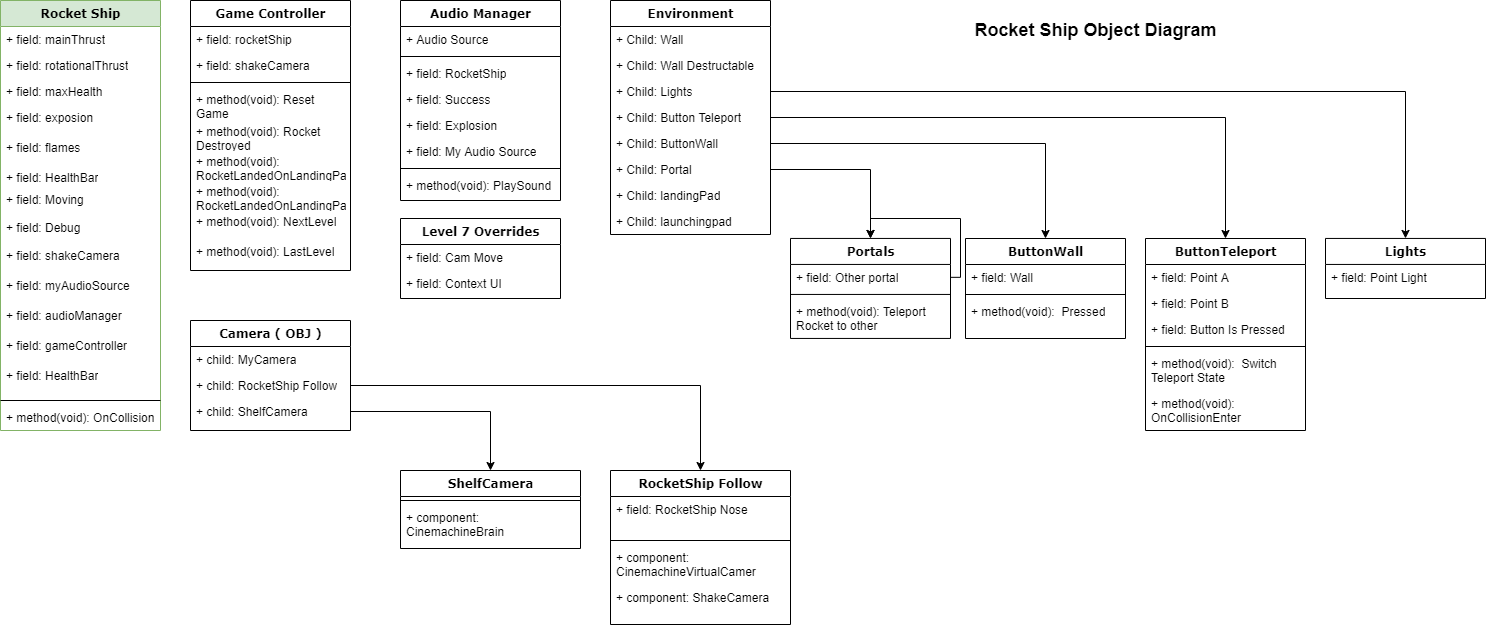
This is README_Img/Level-Object-Diagram.png from Kayyo321/Rocket-Ship-Platformer, a draw.io export, as it was before one commit. Source tidied: cells renumbered, new cells last; positions are measured from the earlier drawing's top-left corner, leaving out a move shared by most shapes.
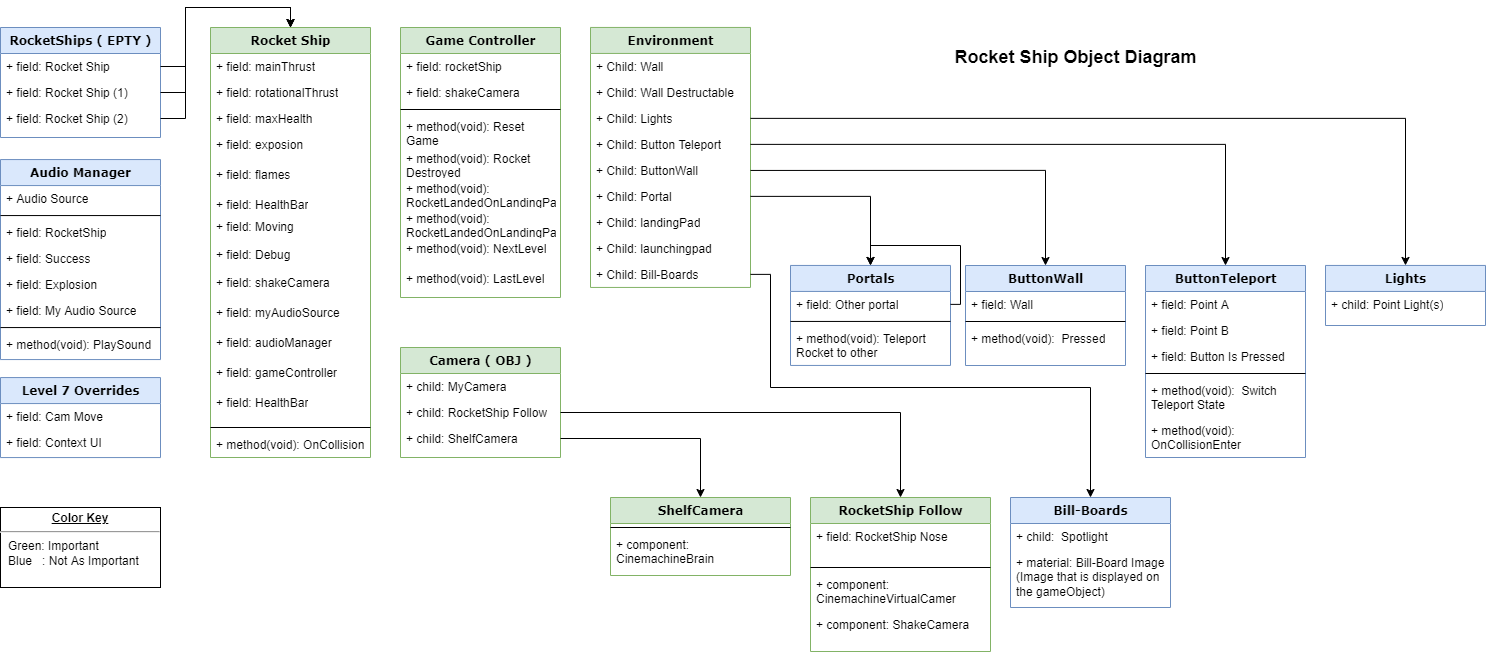
Later version of the same file.

Commit message:
Updated the Rocket Ship Object Diagram

What changed in the source:
```diff
@@ -2,7 +2,7 @@
   <root>
     <mxCell id="0" />
     <mxCell id="1" parent="0" />
-    <mxCell id="2" value="Camera ( OBJ )" style="swimlane;html=1;fontStyle=1;align=center;verticalAlign=top;horizontal=1;startSize=26;swimlaneFillColor=#ffffff;rounded=0;shadow=0;comic=0;labelBackgroundColor=none;strokeWidth=1;fillColor=none;fontFamily=Verdana;fontSize=12;" parent="1" vertex="1">
+    <mxCell id="2" value="Camera ( OBJ )" style="swimlane;html=1;fontStyle=1;align=center;verticalAlign=top;horizontal=1;startSize=26;swimlaneFillColor=#ffffff;rounded=0;shadow=0;comic=0;labelBackgroundColor=none;strokeWidth=1;fillColor=#d5e8d4;fontFamily=Verdana;fontSize=12;strokeColor=#82b366;" parent="1" vertex="1">
       <mxGeometry x="190" y="320" width="160" height="110" as="geometry" />
     </mxCell>
     <mxCell id="3" value="+ child: MyCamera&lt;br&gt;" style="text;html=1;strokeColor=none;fillColor=none;align=left;verticalAlign=top;spacingLeft=4;spacingRight=4;whiteSpace=wrap;overflow=hidden;" parent="2" vertex="1">
@@ -62,7 +62,7 @@
     <mxCell id="21" value="+ method(void): OnCollision" style="text;html=1;strokeColor=none;fillColor=none;align=left;verticalAlign=top;spacingLeft=4;spacingRight=4;whiteSpace=wrap;overflow=hidden;" parent="6" vertex="1">
       <mxGeometry y="404" width="160" height="26" as="geometry" />
     </mxCell>
-    <mxCell id="22" value="Game Controller" style="swimlane;html=1;fontStyle=1;align=center;verticalAlign=top;horizontal=1;startSize=26;swimlaneFillColor=#ffffff;rounded=0;shadow=0;comic=0;labelBackgroundColor=none;strokeWidth=1;fillColor=none;fontFamily=Verdana;fontSize=12;" parent="1" vertex="1">
+    <mxCell id="22" value="Game Controller" style="swimlane;html=1;fontStyle=1;align=center;verticalAlign=top;horizontal=1;startSize=26;swimlaneFillColor=#ffffff;rounded=0;shadow=0;comic=0;labelBackgroundColor=none;strokeWidth=1;fillColor=#d5e8d4;fontFamily=Verdana;fontSize=12;strokeColor=#82b366;" parent="1" vertex="1">
       <mxGeometry x="190" width="160" height="270" as="geometry" />
     </mxCell>
     <mxCell id="23" value="+ field: rocketShip" style="text;html=1;strokeColor=none;fillColor=none;align=left;verticalAlign=top;spacingLeft=4;spacingRight=4;whiteSpace=wrap;overflow=hidden;" parent="22" vertex="1">
@@ -92,8 +92,8 @@
     <mxCell id="31" value="+ method(void): LastLevel" style="text;html=1;strokeColor=none;fillColor=none;align=left;verticalAlign=top;spacingLeft=4;spacingRight=4;whiteSpace=wrap;overflow=hidden;" parent="22" vertex="1">
       <mxGeometry y="238" width="160" height="30" as="geometry" />
     </mxCell>
-    <mxCell id="32" value="Portals" style="swimlane;html=1;fontStyle=1;align=center;verticalAlign=top;horizontal=1;startSize=26;swimlaneFillColor=#ffffff;rounded=0;shadow=0;comic=0;labelBackgroundColor=none;strokeWidth=1;fontFamily=Verdana;fontSize=12;" parent="1" vertex="1">
-      <mxGeometry x="790" y="237.9" width="160" height="100" as="geometry" />
+    <mxCell id="32" value="Portals" style="swimlane;html=1;fontStyle=1;align=center;verticalAlign=top;horizontal=1;startSize=26;swimlaneFillColor=#ffffff;rounded=0;shadow=0;comic=0;labelBackgroundColor=none;strokeWidth=1;fontFamily=Verdana;fontSize=12;fillColor=#dae8fc;strokeColor=#6c8ebf;" parent="1" vertex="1">
+      <mxGeometry x="580" y="237.9" width="160" height="100" as="geometry" />
     </mxCell>
     <mxCell id="33" style="edgeStyle=orthogonalEdgeStyle;rounded=0;jettySize=auto;html=1;entryX=0.5;entryY=0;entryDx=0;entryDy=0;" parent="32" edge="1" source="34" target="32">
       <mxGeometry relative="1" as="geometry">
@@ -113,8 +113,8 @@
     <mxCell id="36" value="+ method(void): Teleport Rocket to other&amp;nbsp;&lt;br&gt;" style="text;html=1;strokeColor=none;fillColor=none;align=left;verticalAlign=top;spacingLeft=4;spacingRight=4;whiteSpace=wrap;overflow=hidden;" parent="32" vertex="1">
       <mxGeometry y="60" width="160" height="40" as="geometry" />
     </mxCell>
-    <mxCell id="37" value="RocketShip Follow" style="swimlane;html=1;fontStyle=1;align=center;verticalAlign=top;horizontal=1;startSize=26;swimlaneFillColor=#ffffff;rounded=0;shadow=0;comic=0;labelBackgroundColor=none;strokeWidth=1;fontFamily=Verdana;fontSize=12;" parent="1" vertex="1">
-      <mxGeometry x="610" y="470" width="180" height="154" as="geometry" />
+    <mxCell id="37" value="RocketShip Follow" style="swimlane;html=1;fontStyle=1;align=center;verticalAlign=top;horizontal=1;startSize=26;swimlaneFillColor=#ffffff;rounded=0;shadow=0;comic=0;labelBackgroundColor=none;strokeWidth=1;fontFamily=Verdana;fontSize=12;fillColor=#d5e8d4;strokeColor=#82b366;" parent="1" vertex="1">
+      <mxGeometry x="600" y="470" width="180" height="154" as="geometry" />
     </mxCell>
     <mxCell id="38" value="+ field: RocketShip Nose" style="text;html=1;strokeColor=none;fillColor=none;align=left;verticalAlign=top;spacingLeft=4;spacingRight=4;whiteSpace=wrap;overflow=hidden;" parent="37" vertex="1">
       <mxGeometry y="26" width="180" height="40" as="geometry" />
@@ -128,7 +128,7 @@
     <mxCell id="41" value="+ component: ShakeCamera" style="text;html=1;strokeColor=none;fillColor=none;align=left;verticalAlign=top;spacingLeft=4;spacingRight=4;whiteSpace=wrap;overflow=hidden;" parent="37" vertex="1">
       <mxGeometry y="114" width="180" height="40" as="geometry" />
     </mxCell>
-    <mxCell id="42" value="ShelfCamera" style="swimlane;html=1;fontStyle=1;align=center;verticalAlign=top;horizontal=1;startSize=26;swimlaneFillColor=#ffffff;rounded=0;shadow=0;comic=0;labelBackgroundColor=none;strokeWidth=1;fontFamily=Verdana;fontSize=12;" parent="1" vertex="1">
+    <mxCell id="42" value="ShelfCamera" style="swimlane;html=1;fontStyle=1;align=center;verticalAlign=top;horizontal=1;startSize=26;swimlaneFillColor=#ffffff;rounded=0;shadow=0;comic=0;labelBackgroundColor=none;strokeWidth=1;fontFamily=Verdana;fontSize=12;fillColor=#d5e8d4;strokeColor=#82b366;" parent="1" vertex="1">
       <mxGeometry x="400" y="470" width="180" height="78" as="geometry" />
     </mxCell>
     <mxCell id="43" style="line;html=1;strokeWidth=1;fillColor=none;align=left;verticalAlign=middle;spacingTop=-1;spacingLeft=3;spacingRight=3;labelPosition=right;" parent="42" vertex="1">
@@ -137,14 +137,14 @@
     <mxCell id="44" value="+ component: CinemachineBrain" style="text;html=1;strokeColor=none;fillColor=none;align=left;verticalAlign=top;spacingLeft=4;spacingRight=4;whiteSpace=wrap;overflow=hidden;" parent="42" vertex="1">
       <mxGeometry y="34" width="180" height="40" as="geometry" />
     </mxCell>
-    <mxCell id="45" value="Lights&lt;br&gt;" style="swimlane;html=1;fontStyle=1;align=center;verticalAlign=top;horizontal=1;startSize=26;swimlaneFillColor=#ffffff;rounded=0;shadow=0;comic=0;labelBackgroundColor=none;strokeWidth=1;fillColor=none;fontFamily=Verdana;fontSize=12;" parent="1" vertex="1">
-      <mxGeometry x="1325" y="237.9" width="160" height="60.1" as="geometry" />
+    <mxCell id="45" value="Lights&lt;br&gt;" style="swimlane;html=1;fontStyle=1;align=center;verticalAlign=top;horizontal=1;startSize=26;swimlaneFillColor=#ffffff;rounded=0;shadow=0;comic=0;labelBackgroundColor=none;strokeWidth=1;fillColor=#dae8fc;fontFamily=Verdana;fontSize=12;strokeColor=#6c8ebf;" parent="1" vertex="1">
+      <mxGeometry x="1115" y="237.9" width="160" height="60.1" as="geometry" />
     </mxCell>
-    <mxCell id="46" value="+ field: Point Light" style="text;html=1;strokeColor=none;fillColor=none;align=left;verticalAlign=top;spacingLeft=4;spacingRight=4;whiteSpace=wrap;overflow=hidden;" parent="45" vertex="1">
+    <mxCell id="46" value="+ child: Point Light(s)" style="text;html=1;strokeColor=none;fillColor=none;align=left;verticalAlign=top;spacingLeft=4;spacingRight=4;whiteSpace=wrap;overflow=hidden;" parent="45" vertex="1">
       <mxGeometry y="26" width="160" height="26" as="geometry" />
     </mxCell>
-    <mxCell id="47" value="Environment&lt;br&gt;" style="swimlane;html=1;fontStyle=1;align=center;verticalAlign=top;horizontal=1;startSize=26;swimlaneFillColor=#ffffff;rounded=0;shadow=0;comic=0;labelBackgroundColor=none;strokeWidth=1;fillColor=none;fontFamily=Verdana;fontSize=12;" parent="1" vertex="1">
-      <mxGeometry x="610" width="160" height="234" as="geometry" />
+    <mxCell id="47" value="Environment&lt;br&gt;" style="swimlane;html=1;fontStyle=1;align=center;verticalAlign=top;horizontal=1;startSize=26;swimlaneFillColor=#ffffff;rounded=0;shadow=0;comic=0;labelBackgroundColor=none;strokeWidth=1;fillColor=#d5e8d4;fontFamily=Verdana;fontSize=12;strokeColor=#82b366;" parent="1" vertex="1">
+      <mxGeometry x="380" y="-0.1" width="160" height="260" as="geometry" />
     </mxCell>
     <mxCell id="48" value="+ Child: Wall&lt;br&gt;" style="text;html=1;strokeColor=none;fillColor=none;align=left;verticalAlign=top;spacingLeft=4;spacingRight=4;whiteSpace=wrap;overflow=hidden;" parent="47" vertex="1">
       <mxGeometry y="26" width="160" height="26" as="geometry" />
@@ -170,8 +170,11 @@
     <mxCell id="55" value="+ Child: launchingpad&lt;br&gt;" style="text;html=1;strokeColor=none;fillColor=none;align=left;verticalAlign=top;spacingLeft=4;spacingRight=4;whiteSpace=wrap;overflow=hidden;" parent="47" vertex="1">
       <mxGeometry y="208" width="160" height="26" as="geometry" />
     </mxCell>
+    <mxCell id="86" value="+ Child: Bill-Boards&lt;br&gt;" style="text;html=1;strokeColor=none;fillColor=none;align=left;verticalAlign=top;spacingLeft=4;spacingRight=4;whiteSpace=wrap;overflow=hidden;points=[[0,0.5],[1,0.5]];portConstraint=eastwest;" parent="47" vertex="1">
+      <mxGeometry y="234" width="160" height="26" as="geometry" />
+    </mxCell>
-    <mxCell id="56" value="Audio Manager&lt;br&gt;" style="swimlane;html=1;fontStyle=1;align=center;verticalAlign=top;horizontal=1;startSize=26;swimlaneFillColor=#ffffff;rounded=0;shadow=0;comic=0;labelBackgroundColor=none;strokeWidth=1;fillColor=none;fontFamily=Verdana;fontSize=12;" parent="1" vertex="1">
-      <mxGeometry x="400" width="160" height="200" as="geometry" />
+    <mxCell id="56" value="Audio Manager&lt;br&gt;" style="swimlane;html=1;fontStyle=1;align=center;verticalAlign=top;horizontal=1;startSize=26;swimlaneFillColor=#ffffff;rounded=0;shadow=0;comic=0;labelBackgroundColor=none;strokeWidth=1;fillColor=#dae8fc;fontFamily=Verdana;fontSize=12;strokeColor=#6c8ebf;" parent="1" vertex="1">
+      <mxGeometry x="-210" y="132.1" width="160" height="200" as="geometry" />
     </mxCell>
     <mxCell id="57" value="+ Audio Source" style="text;html=1;strokeColor=none;fillColor=none;align=left;verticalAlign=top;spacingLeft=4;spacingRight=4;whiteSpace=wrap;overflow=hidden;" parent="56" vertex="1">
       <mxGeometry y="26" width="160" height="26" as="geometry" />
@@ -197,8 +200,8 @@
     <mxCell id="64" value="+ method(void): PlaySound&amp;nbsp;" style="text;html=1;strokeColor=none;fillColor=none;align=left;verticalAlign=top;spacingLeft=4;spacingRight=4;whiteSpace=wrap;overflow=hidden;" parent="56" vertex="1">
       <mxGeometry y="172" width="160" height="26" as="geometry" />
     </mxCell>
-    <mxCell id="65" value="ButtonWall&lt;br&gt;" style="swimlane;html=1;fontStyle=1;align=center;verticalAlign=top;horizontal=1;startSize=26;swimlaneFillColor=#ffffff;rounded=0;shadow=0;comic=0;labelBackgroundColor=none;strokeWidth=1;fontFamily=Verdana;fontSize=12;" parent="1" vertex="1">
-      <mxGeometry x="965" y="238" width="160" height="100" as="geometry" />
+    <mxCell id="65" value="ButtonWall&lt;br&gt;" style="swimlane;html=1;fontStyle=1;align=center;verticalAlign=top;horizontal=1;startSize=26;swimlaneFillColor=#ffffff;rounded=0;shadow=0;comic=0;labelBackgroundColor=none;strokeWidth=1;fontFamily=Verdana;fontSize=12;fillColor=#dae8fc;strokeColor=#6c8ebf;" parent="1" vertex="1">
+      <mxGeometry x="755" y="238" width="160" height="100" as="geometry" />
     </mxCell>
     <mxCell id="66" value="+ field: Wall" style="text;html=1;strokeColor=none;fillColor=none;align=left;verticalAlign=top;spacingLeft=4;spacingRight=4;whiteSpace=wrap;overflow=hidden;" parent="65" vertex="1">
       <mxGeometry y="26" width="160" height="26" as="geometry" />
@@ -209,8 +212,8 @@
     <mxCell id="68" value="+ method(void):&amp;nbsp; Pressed" style="text;html=1;strokeColor=none;fillColor=none;align=left;verticalAlign=top;spacingLeft=4;spacingRight=4;whiteSpace=wrap;overflow=hidden;" parent="65" vertex="1">
       <mxGeometry y="60" width="160" height="40" as="geometry" />
     </mxCell>
-    <mxCell id="69" value="ButtonTeleport&lt;br&gt;" style="swimlane;html=1;fontStyle=1;align=center;verticalAlign=top;horizontal=1;startSize=26;swimlaneFillColor=#ffffff;rounded=0;shadow=0;comic=0;labelBackgroundColor=none;strokeWidth=1;fontFamily=Verdana;fontSize=12;" parent="1" vertex="1">
-      <mxGeometry x="1145" y="238" width="160" height="192" as="geometry" />
+    <mxCell id="69" value="ButtonTeleport&lt;br&gt;" style="swimlane;html=1;fontStyle=1;align=center;verticalAlign=top;horizontal=1;startSize=26;swimlaneFillColor=#ffffff;rounded=0;shadow=0;comic=0;labelBackgroundColor=none;strokeWidth=1;fontFamily=Verdana;fontSize=12;fillColor=#dae8fc;strokeColor=#6c8ebf;" parent="1" vertex="1">
+      <mxGeometry x="935" y="238" width="160" height="192" as="geometry" />
     </mxCell>
     <mxCell id="70" value="+ field: Point A" style="text;html=1;strokeColor=none;fillColor=none;align=left;verticalAlign=top;spacingLeft=4;spacingRight=4;whiteSpace=wrap;overflow=hidden;" parent="69" vertex="1">
       <mxGeometry y="26" width="160" height="26" as="geometry" />
@@ -249,10 +252,10 @@
       <mxGeometry relative="1" as="geometry" />
     </mxCell>
     <mxCell id="82" value="&lt;font style=&quot;font-size: 18px&quot;&gt;&lt;b&gt;Rocket Ship Object Diagram&lt;/b&gt;&lt;/font&gt;" style="text;html=1;align=center;verticalAlign=middle;fillColor=none;strokeColor=none;rounded=0;" parent="1" vertex="1">
-      <mxGeometry x="965" y="20" width="260" height="20" as="geometry" />
+      <mxGeometry x="735" y="19.9" width="260" height="20" as="geometry" />
     </mxCell>
-    <mxCell id="83" value="Level 7 Overrides" style="swimlane;html=1;fontStyle=1;align=center;verticalAlign=top;horizontal=1;startSize=26;swimlaneFillColor=#ffffff;rounded=0;shadow=0;comic=0;labelBackgroundColor=none;strokeWidth=1;fillColor=none;fontFamily=Verdana;fontSize=12;" parent="1" vertex="1">
-      <mxGeometry x="400" y="218" width="160" height="80" as="geometry" />
+    <mxCell id="83" value="Level 7 Overrides" style="swimlane;html=1;fontStyle=1;align=center;verticalAlign=top;horizontal=1;startSize=26;swimlaneFillColor=#ffffff;rounded=0;shadow=0;comic=0;labelBackgroundColor=none;strokeWidth=1;fillColor=#dae8fc;fontFamily=Verdana;fontSize=12;strokeColor=#6c8ebf;" parent="1" vertex="1">
+      <mxGeometry x="-210" y="350.1" width="160" height="80" as="geometry" />
     </mxCell>
     <mxCell id="84" value="+ field: Cam Move" style="text;html=1;strokeColor=none;fillColor=none;align=left;verticalAlign=top;spacingLeft=4;spacingRight=4;whiteSpace=wrap;overflow=hidden;" parent="83" vertex="1">
       <mxGeometry y="26" width="160" height="26" as="geometry" />
@@ -260,5 +263,47 @@
     <mxCell id="85" value="+ field: Context UI" style="text;html=1;strokeColor=none;fillColor=none;align=left;verticalAlign=top;spacingLeft=4;spacingRight=4;whiteSpace=wrap;overflow=hidden;" parent="83" vertex="1">
       <mxGeometry y="52" width="160" height="26" as="geometry" />
     </mxCell>
+    <mxCell id="87" value="Bill-Boards&lt;br&gt;" style="swimlane;html=1;fontStyle=1;align=center;verticalAlign=top;horizontal=1;startSize=26;swimlaneFillColor=#ffffff;rounded=0;shadow=0;comic=0;labelBackgroundColor=none;strokeWidth=1;fillColor=#dae8fc;fontFamily=Verdana;fontSize=12;strokeColor=#6c8ebf;" parent="1" vertex="1">
+      <mxGeometry x="800" y="470" width="160" height="110" as="geometry" />
+    </mxCell>
+    <mxCell id="88" value="+ child:&amp;nbsp; Spotlight" style="text;html=1;strokeColor=none;fillColor=none;align=left;verticalAlign=top;spacingLeft=4;spacingRight=4;whiteSpace=wrap;overflow=hidden;" parent="87" vertex="1">
+      <mxGeometry y="26" width="160" height="26" as="geometry" />
+    </mxCell>
+    <mxCell id="89" value="+ material: Bill-Board Image (Image that is displayed on the gameObject)" style="text;html=1;strokeColor=none;fillColor=none;align=left;verticalAlign=top;spacingLeft=4;spacingRight=4;whiteSpace=wrap;overflow=hidden;" parent="87" vertex="1">
+      <mxGeometry y="52" width="160" height="48" as="geometry" />
+    </mxCell>
+    <mxCell id="90" style="edgeStyle=orthogonalEdgeStyle;rounded=0;jettySize=auto;html=1;entryX=0.5;entryY=0;entryDx=0;entryDy=0;" parent="1" edge="1" source="86" target="87">
+      <mxGeometry relative="1" as="geometry">
+        <Array as="points">
+          <mxPoint x="560" y="247" />
+          <mxPoint x="560" y="360" />
+          <mxPoint x="880" y="360" />
+        </Array>
+      </mxGeometry>
+    </mxCell>
+    <mxCell id="91" value="RocketShips ( EPTY )" style="swimlane;html=1;fontStyle=1;align=center;verticalAlign=top;horizontal=1;startSize=26;swimlaneFillColor=#ffffff;rounded=0;shadow=0;comic=0;labelBackgroundColor=none;strokeWidth=1;fillColor=#dae8fc;fontFamily=Verdana;fontSize=12;strokeColor=#6c8ebf;" parent="1" vertex="1">
+      <mxGeometry x="-210" width="160" height="110" as="geometry" />
+    </mxCell>
+    <mxCell id="92" value="+ field: Rocket Ship" style="text;html=1;strokeColor=none;fillColor=none;align=left;verticalAlign=top;spacingLeft=4;spacingRight=4;whiteSpace=wrap;overflow=hidden;points=[[0,0.5],[1,0.5]];portConstraint=eastwest;" parent="91" vertex="1">
+      <mxGeometry y="26" width="160" height="26" as="geometry" />
+    </mxCell>
+    <mxCell id="93" value="+ field: Rocket Ship (1)" style="text;html=1;strokeColor=none;fillColor=none;align=left;verticalAlign=top;spacingLeft=4;spacingRight=4;whiteSpace=wrap;overflow=hidden;points=[[0,0.5],[1,0.5]];portConstraint=eastwest;" parent="91" vertex="1">
+      <mxGeometry y="52" width="160" height="26" as="geometry" />
+    </mxCell>
+    <mxCell id="94" value="+ field: Rocket Ship (2)" style="text;html=1;strokeColor=none;fillColor=none;align=left;verticalAlign=top;spacingLeft=4;spacingRight=4;whiteSpace=wrap;overflow=hidden;points=[[0,0.5],[1,0.5]];portConstraint=eastwest;" parent="91" vertex="1">
+      <mxGeometry y="78" width="160" height="26" as="geometry" />
+    </mxCell>
+    <mxCell id="95" style="edgeStyle=orthogonalEdgeStyle;rounded=0;jettySize=auto;html=1;exitX=1;exitY=0.5;exitDx=0;exitDy=0;entryX=0.5;entryY=0;entryDx=0;entryDy=0;" parent="1" edge="1" source="94" target="6">
+      <mxGeometry relative="1" as="geometry" />
+    </mxCell>
+    <mxCell id="96" style="edgeStyle=orthogonalEdgeStyle;rounded=0;jettySize=auto;html=1;entryX=0.5;entryY=0;entryDx=0;entryDy=0;" parent="1" edge="1" source="93" target="6">
+      <mxGeometry relative="1" as="geometry" />
+    </mxCell>
+    <mxCell id="97" style="edgeStyle=orthogonalEdgeStyle;rounded=0;jettySize=auto;html=1;entryX=0.5;entryY=0;entryDx=0;entryDy=0;" parent="1" edge="1" source="92" target="6">
+      <mxGeometry relative="1" as="geometry" />
+    </mxCell>
+    <mxCell id="98" value="&lt;p style=&quot;margin: 0px ; margin-top: 4px ; text-align: center ; text-decoration: underline&quot;&gt;&lt;b&gt;Color Key&lt;/b&gt;&lt;/p&gt;&lt;hr&gt;&lt;p style=&quot;margin: 0px ; margin-left: 8px&quot;&gt;Green: Important&lt;/p&gt;&lt;p style=&quot;margin: 0px ; margin-left: 8px&quot;&gt;Blue&amp;nbsp; &amp;nbsp;: Not As Important&lt;br&gt;&lt;/p&gt;" style="verticalAlign=top;align=left;overflow=fill;fontSize=12;fontFamily=Helvetica;html=1;" parent="1" vertex="1">
+      <mxGeometry x="-210" y="480" width="160" height="80" as="geometry" />
+    </mxCell>
   </root>
 </mxGraphModel>
```
